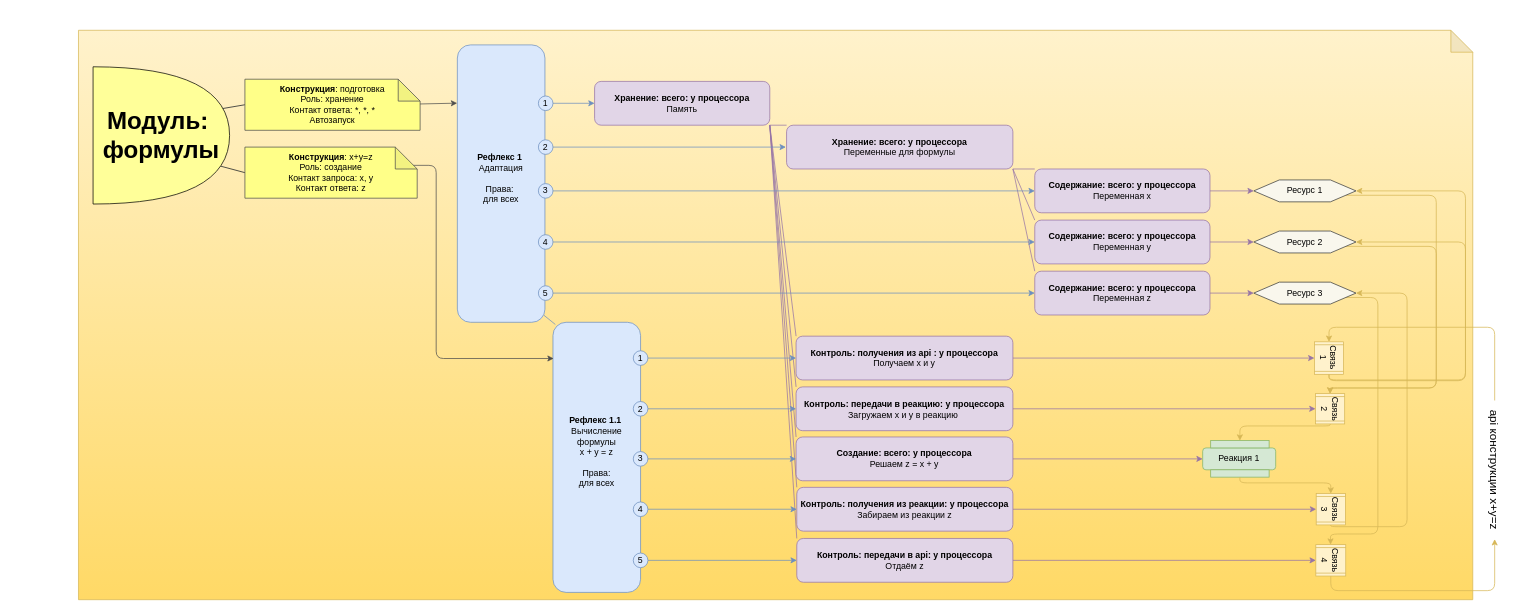
Before: Картинки/Module.drawio in it-architector/invention.csdr, a draw.io diagram. Source tidied: cells renumbered, new cells numbered last; positions are measured from the earlier drawing's top-left corner, leaving out a move shared by most shapes. Both pictures are drawn from the tidied source at 73%, with x=0, y=0 at pixel (78, 30).
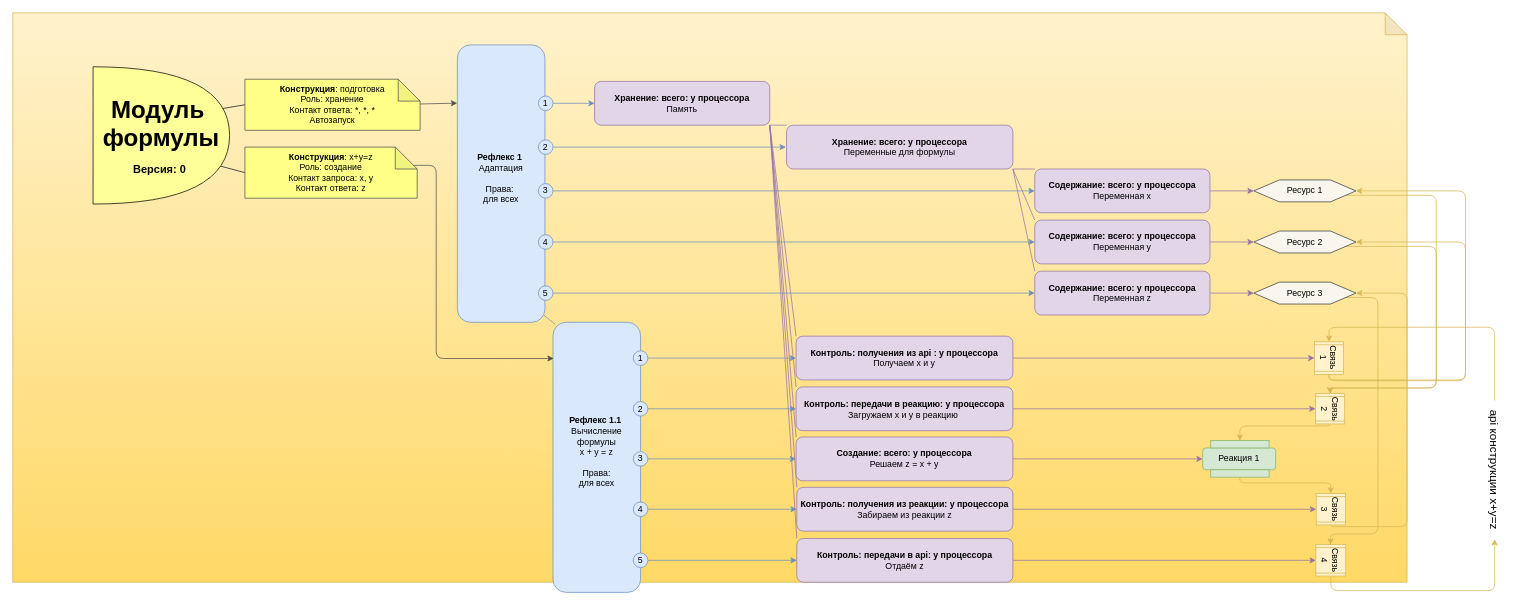
Above is the later version.

Change to the diagram source:
```diff
@@
     <mxCell id="2" style="shape=note;whiteSpace=wrap;html=1;backgroundOutline=1;darkOpacity=0.05;fillColor=#fff2cc;strokeColor=#d6b656;gradientColor=#ffd966;" parent="1" vertex="1">
-      <mxGeometry width="1910" height="780" as="geometry" />
+      <mxGeometry x="-90" y="-23.9" width="1910" height="780" as="geometry" />
     </mxCell>
@@
-    <mxCell id="74" value="&lt;b style=&quot;font-size: 33px&quot;&gt;Модуль:&amp;nbsp;&lt;br&gt;формулы&lt;br&gt;&lt;/b&gt;" style="shape=or;whiteSpace=wrap;html=1;fillColor=#FFFF99;" parent="1" vertex="1">
+    <mxCell id="74" value="&lt;b&gt;&lt;span style=&quot;font-size: 33px&quot;&gt;Модуль&amp;nbsp;&lt;/span&gt;&lt;br&gt;&lt;span style=&quot;font-size: 33px&quot;&gt;формулы&lt;/span&gt;&lt;br&gt;&lt;br&gt;&lt;font style=&quot;font-size: 15px&quot;&gt;Версия: 0&amp;nbsp;&lt;/font&gt;&lt;br&gt;&lt;/b&gt;" style="shape=or;whiteSpace=wrap;html=1;fillColor=#FFFF99;" parent="1" vertex="1">
       <mxGeometry x="20" y="50" width="187" height="188" as="geometry" />
     </mxCell>
```
